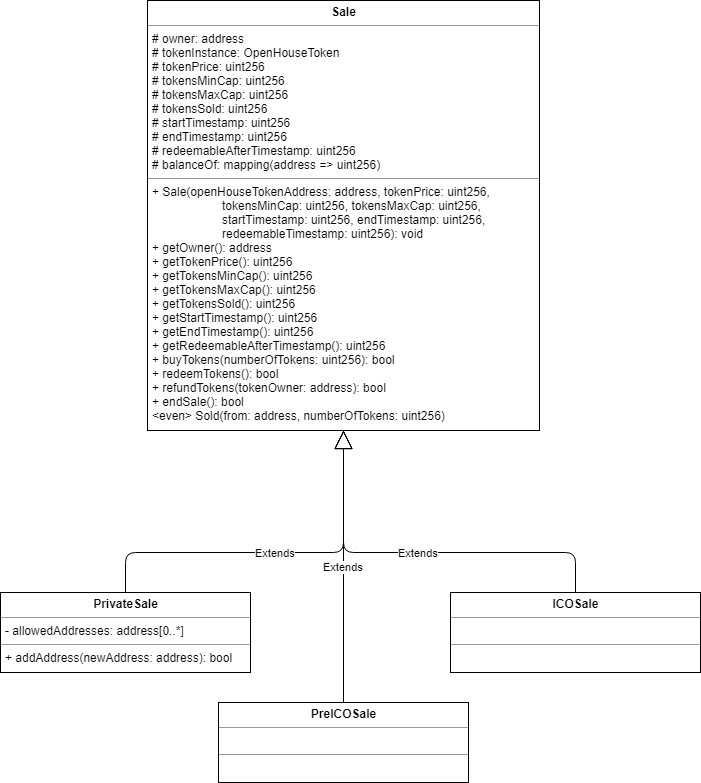
This is uml/Sale/Sale.png from gkamtzir/Ethereum-ICO-Diploma-Thesis, a draw.io export, as it was before one commit. Source tidied: cells renumbered, new cells last; positions are measured from the earlier drawing's top-left corner, leaving out a move shared by most shapes. Its diagram source:
```xml
<mxGraphModel>
  <root>
    <mxCell id="0" />
    <mxCell id="1" parent="0" />
    <mxCell id="2" value="&lt;p style=&quot;margin: 0px ; margin-top: 4px ; text-align: center&quot;&gt;&lt;b&gt;Sale&lt;/b&gt;&lt;/p&gt;&lt;hr size=&quot;1&quot;&gt;&lt;p style=&quot;margin: 0px ; margin-left: 4px&quot;&gt;# owner: address&lt;/p&gt;&lt;p style=&quot;margin: 0px ; margin-left: 4px&quot;&gt;# tokenInstance: OpenHouseToken&lt;/p&gt;&lt;p style=&quot;margin: 0px ; margin-left: 4px&quot;&gt;# tokenPrice: uint256&lt;/p&gt;&lt;p style=&quot;margin: 0px ; margin-left: 4px&quot;&gt;# tokensMinCap: uint256&lt;/p&gt;&lt;p style=&quot;margin: 0px ; margin-left: 4px&quot;&gt;# tokensMaxCap: uint256&lt;/p&gt;&lt;p style=&quot;margin: 0px ; margin-left: 4px&quot;&gt;# tokensSold: uint256&lt;/p&gt;&lt;p style=&quot;margin: 0px ; margin-left: 4px&quot;&gt;# startTimestamp: uint256&lt;/p&gt;&lt;p style=&quot;margin: 0px ; margin-left: 4px&quot;&gt;# endTimestamp: uint256&lt;/p&gt;&lt;p style=&quot;margin: 0px ; margin-left: 4px&quot;&gt;# redeemableAfterTimestamp: uint256&lt;/p&gt;&lt;p style=&quot;margin: 0px ; margin-left: 4px&quot;&gt;# balanceOf: mapping(address =&amp;gt; uint256)&lt;/p&gt;&lt;hr size=&quot;1&quot;&gt;&lt;p style=&quot;margin: 0px ; margin-left: 4px&quot;&gt;+ Sale(openHouseTokenAddress: address, tokenPrice: uint256,&lt;/p&gt;&lt;p style=&quot;margin: 0px ; margin-left: 4px&quot;&gt;&amp;nbsp; &amp;nbsp; &amp;nbsp; &amp;nbsp; &amp;nbsp; &amp;nbsp; &amp;nbsp; &amp;nbsp; &amp;nbsp; &amp;nbsp; &amp;nbsp;tokensMinCap: uint256, tokensMaxCap: uint256,&lt;/p&gt;&lt;p style=&quot;margin: 0px ; margin-left: 4px&quot;&gt;&amp;nbsp; &amp;nbsp; &amp;nbsp; &amp;nbsp; &amp;nbsp; &amp;nbsp; &amp;nbsp; &amp;nbsp; &amp;nbsp; &amp;nbsp; &amp;nbsp;startTimestamp: uint256, endTimestamp: uint256,&lt;/p&gt;&lt;p style=&quot;margin: 0px ; margin-left: 4px&quot;&gt;&amp;nbsp; &amp;nbsp; &amp;nbsp; &amp;nbsp; &amp;nbsp; &amp;nbsp; &amp;nbsp; &amp;nbsp; &amp;nbsp; &amp;nbsp; &amp;nbsp;redeemableTimestamp: uint256): void&lt;/p&gt;&lt;p style=&quot;margin: 0px ; margin-left: 4px&quot;&gt;+ getOwner(): address&lt;/p&gt;&lt;p style=&quot;margin: 0px ; margin-left: 4px&quot;&gt;+ getTokenPrice(): uint256&lt;/p&gt;&lt;p style=&quot;margin: 0px ; margin-left: 4px&quot;&gt;+ getTokensMinCap(): uint256&lt;/p&gt;&lt;p style=&quot;margin: 0px ; margin-left: 4px&quot;&gt;+ getTokensMaxCap(): uint256&lt;/p&gt;&lt;p style=&quot;margin: 0px ; margin-left: 4px&quot;&gt;+ getTokensSold(): uint256&lt;/p&gt;&lt;p style=&quot;margin: 0px ; margin-left: 4px&quot;&gt;+ getStartTimestamp(): uint256&lt;/p&gt;&lt;p style=&quot;margin: 0px ; margin-left: 4px&quot;&gt;+ getEndTimestamp(): uint256&lt;/p&gt;&lt;p style=&quot;margin: 0px ; margin-left: 4px&quot;&gt;+ getRedeemableAfterTimestamp(): uint256&lt;/p&gt;&lt;p style=&quot;margin: 0px ; margin-left: 4px&quot;&gt;+ buyTokens(numberOfTokens: uint256): bool&lt;/p&gt;&lt;p style=&quot;margin: 0px ; margin-left: 4px&quot;&gt;+ redeemTokens(): bool&lt;/p&gt;&lt;p style=&quot;margin: 0px ; margin-left: 4px&quot;&gt;+ refundTokens(tokenOwner: address): bool&lt;/p&gt;&lt;p style=&quot;margin: 0px ; margin-left: 4px&quot;&gt;+ endSale(): bool&lt;/p&gt;&lt;p style=&quot;margin: 0px ; margin-left: 4px&quot;&gt;&amp;lt;even&amp;gt; Sold(from: address, numberOfTokens: uint256)&lt;/p&gt;" style="verticalAlign=top;align=left;overflow=fill;fontSize=12;fontFamily=Helvetica;html=1;" parent="1" vertex="1">
      <mxGeometry x="147" width="392" height="430" as="geometry" />
    </mxCell>
    <mxCell id="3" value="&lt;p style=&quot;margin: 0px ; margin-top: 4px ; text-align: center&quot;&gt;&lt;b&gt;PrivateSale&lt;/b&gt;&lt;/p&gt;&lt;hr size=&quot;1&quot;&gt;&lt;p style=&quot;margin: 0px ; margin-left: 4px&quot;&gt;- allowedAddresses: address[0..*]&lt;/p&gt;&lt;hr size=&quot;1&quot;&gt;&lt;p style=&quot;margin: 0px ; margin-left: 4px&quot;&gt;&lt;span&gt;+ addAddress(newAddress: address): bool&lt;/span&gt;&lt;br&gt;&lt;/p&gt;" style="verticalAlign=top;align=left;overflow=fill;fontSize=12;fontFamily=Helvetica;html=1;" parent="1" vertex="1">
      <mxGeometry y="592" width="250" height="80" as="geometry" />
    </mxCell>
    <mxCell id="4" value="&lt;p style=&quot;margin: 0px ; margin-top: 4px ; text-align: center&quot;&gt;&lt;b&gt;PreICOSale&lt;/b&gt;&lt;/p&gt;&lt;hr size=&quot;1&quot;&gt;&lt;p style=&quot;margin: 0px ; margin-left: 4px&quot;&gt;&lt;br&gt;&lt;/p&gt;&lt;hr size=&quot;1&quot;&gt;&lt;p style=&quot;margin: 0px ; margin-left: 4px&quot;&gt;&lt;br&gt;&lt;/p&gt;" style="verticalAlign=top;align=left;overflow=fill;fontSize=12;fontFamily=Helvetica;html=1;" parent="1" vertex="1">
      <mxGeometry x="218" y="702" width="250" height="80" as="geometry" />
    </mxCell>
    <mxCell id="5" value="&lt;p style=&quot;margin: 0px ; margin-top: 4px ; text-align: center&quot;&gt;&lt;b&gt;ICOSale&lt;/b&gt;&lt;/p&gt;&lt;hr size=&quot;1&quot;&gt;&lt;p style=&quot;margin: 0px ; margin-left: 4px&quot;&gt;&lt;br&gt;&lt;/p&gt;&lt;hr size=&quot;1&quot;&gt;&lt;p style=&quot;margin: 0px ; margin-left: 4px&quot;&gt;&lt;br&gt;&lt;/p&gt;" style="verticalAlign=top;align=left;overflow=fill;fontSize=12;fontFamily=Helvetica;html=1;" parent="1" vertex="1">
      <mxGeometry x="450" y="592" width="250" height="80" as="geometry" />
    </mxCell>
    <mxCell id="6" value="Extends" style="endArrow=block;endSize=16;endFill=0;html=1;exitX=0.5;exitY=0;exitDx=0;exitDy=0;entryX=0.5;entryY=1;entryDx=0;entryDy=0;" parent="1" edge="1" source="4" target="2">
      <mxGeometry relative="1" as="geometry" />
    </mxCell>
    <mxCell id="7" value="Extends" style="endArrow=block;endSize=16;endFill=0;html=1;exitX=0.5;exitY=0;exitDx=0;exitDy=0;entryX=0.5;entryY=1;entryDx=0;entryDy=0;" parent="1" edge="1" source="3" target="2">
      <mxGeometry relative="1" as="geometry">
        <Array as="points">
          <mxPoint x="125" y="552" />
          <mxPoint x="343" y="552" />
        </Array>
      </mxGeometry>
    </mxCell>
    <mxCell id="8" value="Extends" style="endArrow=block;endSize=16;endFill=0;html=1;exitX=0.5;exitY=0;exitDx=0;exitDy=0;" parent="1" edge="1" source="5">
      <mxGeometry relative="1" as="geometry">
        <mxPoint x="343" y="430" as="targetPoint" />
        <Array as="points">
          <mxPoint x="575" y="552" />
          <mxPoint x="343" y="552" />
        </Array>
      </mxGeometry>
    </mxCell>
  </root>
</mxGraphModel>
```
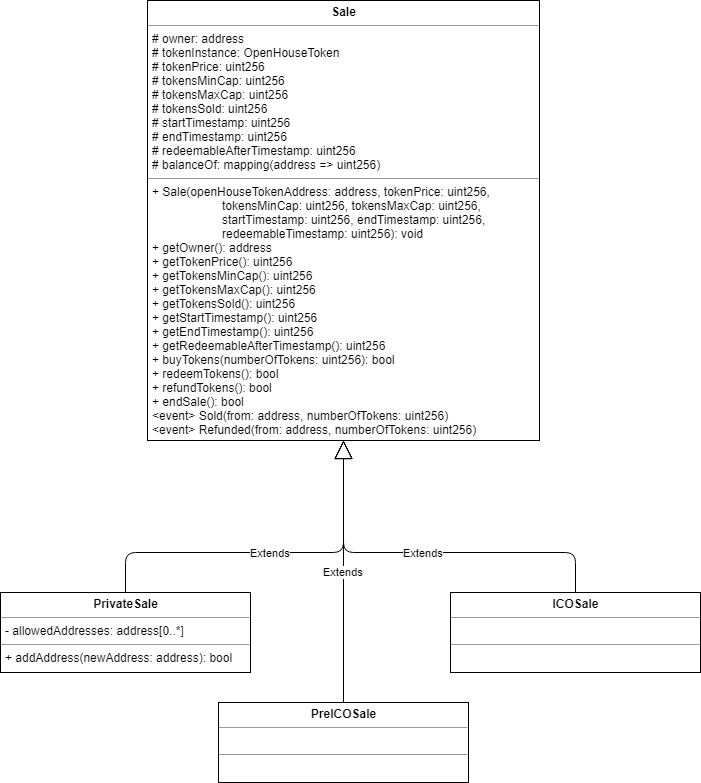
Later version of the same file.

Commit message:
Removed parameter from refundTokens and added Refunded event.

Change to the diagram source:
```diff
@@ -2,8 +2,8 @@
   <root>
     <mxCell id="0" />
     <mxCell id="1" parent="0" />
-    <mxCell id="2" value="&lt;p style=&quot;margin: 0px ; margin-top: 4px ; text-align: center&quot;&gt;&lt;b&gt;Sale&lt;/b&gt;&lt;/p&gt;&lt;hr size=&quot;1&quot;&gt;&lt;p style=&quot;margin: 0px ; margin-left: 4px&quot;&gt;# owner: address&lt;/p&gt;&lt;p style=&quot;margin: 0px ; margin-left: 4px&quot;&gt;# tokenInstance: OpenHouseToken&lt;/p&gt;&lt;p style=&quot;margin: 0px ; margin-left: 4px&quot;&gt;# tokenPrice: uint256&lt;/p&gt;&lt;p style=&quot;margin: 0px ; margin-left: 4px&quot;&gt;# tokensMinCap: uint256&lt;/p&gt;&lt;p style=&quot;margin: 0px ; margin-left: 4px&quot;&gt;# tokensMaxCap: uint256&lt;/p&gt;&lt;p style=&quot;margin: 0px ; margin-left: 4px&quot;&gt;# tokensSold: uint256&lt;/p&gt;&lt;p style=&quot;margin: 0px ; margin-left: 4px&quot;&gt;# startTimestamp: uint256&lt;/p&gt;&lt;p style=&quot;margin: 0px ; margin-left: 4px&quot;&gt;# endTimestamp: uint256&lt;/p&gt;&lt;p style=&quot;margin: 0px ; margin-left: 4px&quot;&gt;# redeemableAfterTimestamp: uint256&lt;/p&gt;&lt;p style=&quot;margin: 0px ; margin-left: 4px&quot;&gt;# balanceOf: mapping(address =&amp;gt; uint256)&lt;/p&gt;&lt;hr size=&quot;1&quot;&gt;&lt;p style=&quot;margin: 0px ; margin-left: 4px&quot;&gt;+ Sale(openHouseTokenAddress: address, tokenPrice: uint256,&lt;/p&gt;&lt;p style=&quot;margin: 0px ; margin-left: 4px&quot;&gt;&amp;nbsp; &amp;nbsp; &amp;nbsp; &amp;nbsp; &amp;nbsp; &amp;nbsp; &amp;nbsp; &amp;nbsp; &amp;nbsp; &amp;nbsp; &amp;nbsp;tokensMinCap: uint256, tokensMaxCap: uint256,&lt;/p&gt;&lt;p style=&quot;margin: 0px ; margin-left: 4px&quot;&gt;&amp;nbsp; &amp;nbsp; &amp;nbsp; &amp;nbsp; &amp;nbsp; &amp;nbsp; &amp;nbsp; &amp;nbsp; &amp;nbsp; &amp;nbsp; &amp;nbsp;startTimestamp: uint256, endTimestamp: uint256,&lt;/p&gt;&lt;p style=&quot;margin: 0px ; margin-left: 4px&quot;&gt;&amp;nbsp; &amp;nbsp; &amp;nbsp; &amp;nbsp; &amp;nbsp; &amp;nbsp; &amp;nbsp; &amp;nbsp; &amp;nbsp; &amp;nbsp; &amp;nbsp;redeemableTimestamp: uint256): void&lt;/p&gt;&lt;p style=&quot;margin: 0px ; margin-left: 4px&quot;&gt;+ getOwner(): address&lt;/p&gt;&lt;p style=&quot;margin: 0px ; margin-left: 4px&quot;&gt;+ getTokenPrice(): uint256&lt;/p&gt;&lt;p style=&quot;margin: 0px ; margin-left: 4px&quot;&gt;+ getTokensMinCap(): uint256&lt;/p&gt;&lt;p style=&quot;margin: 0px ; margin-left: 4px&quot;&gt;+ getTokensMaxCap(): uint256&lt;/p&gt;&lt;p style=&quot;margin: 0px ; margin-left: 4px&quot;&gt;+ getTokensSold(): uint256&lt;/p&gt;&lt;p style=&quot;margin: 0px ; margin-left: 4px&quot;&gt;+ getStartTimestamp(): uint256&lt;/p&gt;&lt;p style=&quot;margin: 0px ; margin-left: 4px&quot;&gt;+ getEndTimestamp(): uint256&lt;/p&gt;&lt;p style=&quot;margin: 0px ; margin-left: 4px&quot;&gt;+ getRedeemableAfterTimestamp(): uint256&lt;/p&gt;&lt;p style=&quot;margin: 0px ; margin-left: 4px&quot;&gt;+ buyTokens(numberOfTokens: uint256): bool&lt;/p&gt;&lt;p style=&quot;margin: 0px ; margin-left: 4px&quot;&gt;+ redeemTokens(): bool&lt;/p&gt;&lt;p style=&quot;margin: 0px ; margin-left: 4px&quot;&gt;+ refundTokens(tokenOwner: address): bool&lt;/p&gt;&lt;p style=&quot;margin: 0px ; margin-left: 4px&quot;&gt;+ endSale(): bool&lt;/p&gt;&lt;p style=&quot;margin: 0px ; margin-left: 4px&quot;&gt;&amp;lt;even&amp;gt; Sold(from: address, numberOfTokens: uint256)&lt;/p&gt;" style="verticalAlign=top;align=left;overflow=fill;fontSize=12;fontFamily=Helvetica;html=1;" parent="1" vertex="1">
-      <mxGeometry x="147" width="392" height="430" as="geometry" />
+    <mxCell id="2" value="&lt;p style=&quot;margin: 0px ; margin-top: 4px ; text-align: center&quot;&gt;&lt;b&gt;Sale&lt;/b&gt;&lt;/p&gt;&lt;hr size=&quot;1&quot;&gt;&lt;p style=&quot;margin: 0px ; margin-left: 4px&quot;&gt;# owner: address&lt;/p&gt;&lt;p style=&quot;margin: 0px ; margin-left: 4px&quot;&gt;# tokenInstance: OpenHouseToken&lt;/p&gt;&lt;p style=&quot;margin: 0px ; margin-left: 4px&quot;&gt;# tokenPrice: uint256&lt;/p&gt;&lt;p style=&quot;margin: 0px ; margin-left: 4px&quot;&gt;# tokensMinCap: uint256&lt;/p&gt;&lt;p style=&quot;margin: 0px ; margin-left: 4px&quot;&gt;# tokensMaxCap: uint256&lt;/p&gt;&lt;p style=&quot;margin: 0px ; margin-left: 4px&quot;&gt;# tokensSold: uint256&lt;/p&gt;&lt;p style=&quot;margin: 0px ; margin-left: 4px&quot;&gt;# startTimestamp: uint256&lt;/p&gt;&lt;p style=&quot;margin: 0px ; margin-left: 4px&quot;&gt;# endTimestamp: uint256&lt;/p&gt;&lt;p style=&quot;margin: 0px ; margin-left: 4px&quot;&gt;# redeemableAfterTimestamp: uint256&lt;/p&gt;&lt;p style=&quot;margin: 0px ; margin-left: 4px&quot;&gt;# balanceOf: mapping(address =&amp;gt; uint256)&lt;/p&gt;&lt;hr size=&quot;1&quot;&gt;&lt;p style=&quot;margin: 0px ; margin-left: 4px&quot;&gt;+ Sale(openHouseTokenAddress: address, tokenPrice: uint256,&lt;/p&gt;&lt;p style=&quot;margin: 0px ; margin-left: 4px&quot;&gt;&amp;nbsp; &amp;nbsp; &amp;nbsp; &amp;nbsp; &amp;nbsp; &amp;nbsp; &amp;nbsp; &amp;nbsp; &amp;nbsp; &amp;nbsp; &amp;nbsp;tokensMinCap: uint256, tokensMaxCap: uint256,&lt;/p&gt;&lt;p style=&quot;margin: 0px ; margin-left: 4px&quot;&gt;&amp;nbsp; &amp;nbsp; &amp;nbsp; &amp;nbsp; &amp;nbsp; &amp;nbsp; &amp;nbsp; &amp;nbsp; &amp;nbsp; &amp;nbsp; &amp;nbsp;startTimestamp: uint256, endTimestamp: uint256,&lt;/p&gt;&lt;p style=&quot;margin: 0px ; margin-left: 4px&quot;&gt;&amp;nbsp; &amp;nbsp; &amp;nbsp; &amp;nbsp; &amp;nbsp; &amp;nbsp; &amp;nbsp; &amp;nbsp; &amp;nbsp; &amp;nbsp; &amp;nbsp;redeemableTimestamp: uint256): void&lt;/p&gt;&lt;p style=&quot;margin: 0px ; margin-left: 4px&quot;&gt;+ getOwner(): address&lt;/p&gt;&lt;p style=&quot;margin: 0px ; margin-left: 4px&quot;&gt;+ getTokenPrice(): uint256&lt;/p&gt;&lt;p style=&quot;margin: 0px ; margin-left: 4px&quot;&gt;+ getTokensMinCap(): uint256&lt;/p&gt;&lt;p style=&quot;margin: 0px ; margin-left: 4px&quot;&gt;+ getTokensMaxCap(): uint256&lt;/p&gt;&lt;p style=&quot;margin: 0px ; margin-left: 4px&quot;&gt;+ getTokensSold(): uint256&lt;/p&gt;&lt;p style=&quot;margin: 0px ; margin-left: 4px&quot;&gt;+ getStartTimestamp(): uint256&lt;/p&gt;&lt;p style=&quot;margin: 0px ; margin-left: 4px&quot;&gt;+ getEndTimestamp(): uint256&lt;/p&gt;&lt;p style=&quot;margin: 0px ; margin-left: 4px&quot;&gt;+ getRedeemableAfterTimestamp(): uint256&lt;/p&gt;&lt;p style=&quot;margin: 0px ; margin-left: 4px&quot;&gt;+ buyTokens(numberOfTokens: uint256): bool&lt;/p&gt;&lt;p style=&quot;margin: 0px ; margin-left: 4px&quot;&gt;+ redeemTokens(): bool&lt;/p&gt;&lt;p style=&quot;margin: 0px ; margin-left: 4px&quot;&gt;+ refundTokens(): bool&lt;/p&gt;&lt;p style=&quot;margin: 0px ; margin-left: 4px&quot;&gt;+ endSale(): bool&lt;/p&gt;&lt;p style=&quot;margin: 0px ; margin-left: 4px&quot;&gt;&amp;lt;event&amp;gt; Sold(from: address, numberOfTokens: uint256)&lt;/p&gt;&lt;p style=&quot;margin: 0px ; margin-left: 4px&quot;&gt;&amp;lt;event&amp;gt; Refunded(from: address, numberOfTokens: uint256)&lt;/p&gt;" style="verticalAlign=top;align=left;overflow=fill;fontSize=12;fontFamily=Helvetica;html=1;" parent="1" vertex="1">
+      <mxGeometry x="147" width="392" height="440" as="geometry" />
     </mxCell>
     <mxCell id="3" value="&lt;p style=&quot;margin: 0px ; margin-top: 4px ; text-align: center&quot;&gt;&lt;b&gt;PrivateSale&lt;/b&gt;&lt;/p&gt;&lt;hr size=&quot;1&quot;&gt;&lt;p style=&quot;margin: 0px ; margin-left: 4px&quot;&gt;- allowedAddresses: address[0..*]&lt;/p&gt;&lt;hr size=&quot;1&quot;&gt;&lt;p style=&quot;margin: 0px ; margin-left: 4px&quot;&gt;&lt;span&gt;+ addAddress(newAddress: address): bool&lt;/span&gt;&lt;br&gt;&lt;/p&gt;" style="verticalAlign=top;align=left;overflow=fill;fontSize=12;fontFamily=Helvetica;html=1;" parent="1" vertex="1">
       <mxGeometry y="592" width="250" height="80" as="geometry" />
@@ -25,9 +25,8 @@
         </Array>
       </mxGeometry>
     </mxCell>
-    <mxCell id="8" value="Extends" style="endArrow=block;endSize=16;endFill=0;html=1;exitX=0.5;exitY=0;exitDx=0;exitDy=0;" parent="1" edge="1" source="5">
+    <mxCell id="8" value="Extends" style="endArrow=block;endSize=16;endFill=0;html=1;exitX=0.5;exitY=0;exitDx=0;exitDy=0;entryX=0.5;entryY=1;entryDx=0;entryDy=0;" parent="1" edge="1" source="5" target="2">
       <mxGeometry relative="1" as="geometry">
-        <mxPoint x="343" y="430" as="targetPoint" />
         <Array as="points">
           <mxPoint x="575" y="552" />
           <mxPoint x="343" y="552" />
```
